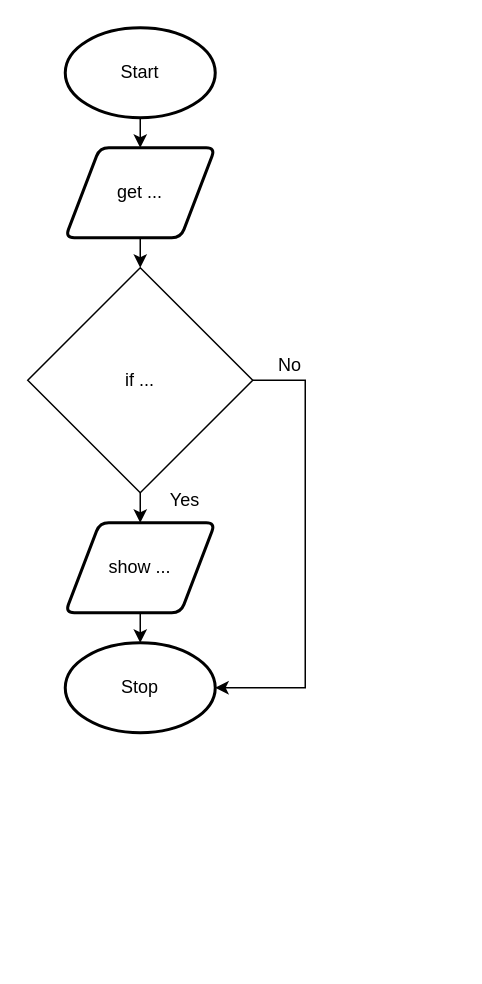
Aidan-Lalonde-Novales/ICS3U-Assignment3-Python keeps this draw.io diagram as drawio/flowchart/flowchart.drawio. Above is the earlier version. Source tidied: cells renumbered, new cells numbered last; positions are measured from the earlier drawing's top-left corner, leaving out a move shared by most shapes. Both pictures are drawn from the tidied source at 150%, with x=0, y=0 at pixel (27, 27).
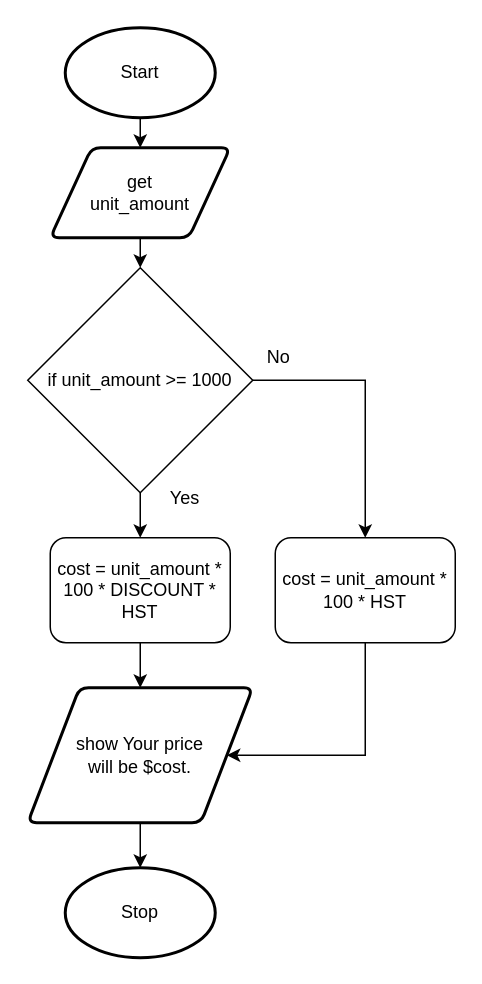
The same diagram, later.

Diff of the diagram source:
```diff
@@
-    <mxCell id="5" value="get ..." style="shape=parallelogram;html=1;strokeWidth=2;perimeter=parallelogramPerimeter;whiteSpace=wrap;rounded=1;arcSize=12;size=0.23;" parent="1" vertex="1">
-      <mxGeometry x="25" y="80" width="100" height="60" as="geometry" />
+    <mxCell id="5" value="get &lt;br&gt;unit_amount" style="shape=parallelogram;html=1;strokeWidth=2;perimeter=parallelogramPerimeter;whiteSpace=wrap;rounded=1;arcSize=12;size=0.23;" parent="1" vertex="1">
+      <mxGeometry x="15" y="80" width="120" height="60" as="geometry" />
     </mxCell>
@@
-    <mxCell id="7" value="show ..." style="shape=parallelogram;html=1;strokeWidth=2;perimeter=parallelogramPerimeter;whiteSpace=wrap;rounded=1;arcSize=12;size=0.23;" parent="1" vertex="1">
-      <mxGeometry x="25" y="330" width="100" height="60" as="geometry" />
+    <mxCell id="7" value="show Your price &lt;br&gt;will be $cost." style="shape=parallelogram;html=1;strokeWidth=2;perimeter=parallelogramPerimeter;whiteSpace=wrap;rounded=1;arcSize=12;size=0.23;" parent="1" vertex="1">
+      <mxGeometry y="440" width="150" height="90" as="geometry" />
     </mxCell>
     <mxCell id="8" value="Stop" style="strokeWidth=2;html=1;shape=mxgraph.flowchart.start_1;whiteSpace=wrap;" parent="1" vertex="1">
-      <mxGeometry x="25" y="410" width="100" height="60" as="geometry" />
+      <mxGeometry x="25" y="560" width="100" height="60" as="geometry" />
     </mxCell>
-    <mxCell id="9" style="edgeStyle=none;html=1;exitX=0.5;exitY=1;exitDx=0;exitDy=0;entryX=0.5;entryY=0;entryDx=0;entryDy=0;" parent="1" edge="1" source="11" target="7">
-      <mxGeometry relative="1" as="geometry" />
-    </mxCell>
-    <mxCell id="10" style="edgeStyle=none;html=1;exitX=1;exitY=0.5;exitDx=0;exitDy=0;entryX=1;entryY=0.5;entryDx=0;entryDy=0;entryPerimeter=0;rounded=0;" parent="1" edge="1" source="11" target="8">
-      <mxGeometry relative="1" as="geometry">
-        <Array as="points">
-          <mxPoint x="185" y="235" />
-          <mxPoint x="185" y="440" />
-        </Array>
-      </mxGeometry>
-    </mxCell>
+    <mxCell id="14" style="edgeStyle=none;rounded=0;html=1;exitX=0.5;exitY=1;exitDx=0;exitDy=0;entryX=0.5;entryY=0;entryDx=0;entryDy=0;" parent="1" edge="1" source="11" target="17">
+      <mxGeometry relative="1" as="geometry" />
+    </mxCell>
+    <mxCell id="15" style="edgeStyle=none;rounded=0;html=1;exitX=1;exitY=0.5;exitDx=0;exitDy=0;entryX=0.5;entryY=0;entryDx=0;entryDy=0;" parent="1" edge="1" source="11" target="19">
+      <mxGeometry relative="1" as="geometry">
+        <Array as="points">
+          <mxPoint x="225" y="235" />
+        </Array>
+      </mxGeometry>
+    </mxCell>
-    <mxCell id="11" value="if ..." style="rhombus;whiteSpace=wrap;html=1;" parent="1" vertex="1">
+    <mxCell id="11" value="if unit_amount &amp;gt;= 1000" style="rhombus;whiteSpace=wrap;html=1;" parent="1" vertex="1">
       <mxGeometry y="160" width="150" height="150" as="geometry" />
     </mxCell>
     <mxCell id="12" value="Yes" style="text;html=1;strokeColor=none;fillColor=none;align=center;verticalAlign=middle;whiteSpace=wrap;rounded=0;" parent="1" vertex="1">
-      <mxGeometry x="75" y="300" width="60" height="30" as="geometry" />
+      <mxGeometry x="85" y="304" width="40" height="20" as="geometry" />
     </mxCell>
     <mxCell id="13" value="No" style="text;html=1;strokeColor=none;fillColor=none;align=center;verticalAlign=middle;whiteSpace=wrap;rounded=0;" parent="1" vertex="1">
-      <mxGeometry x="145" y="210" width="60" height="30" as="geometry" />
+      <mxGeometry x="150" y="210" width="35" height="20" as="geometry" />
     </mxCell>
+    <mxCell id="16" style="edgeStyle=none;rounded=0;html=1;exitX=0.5;exitY=1;exitDx=0;exitDy=0;entryX=0.5;entryY=0;entryDx=0;entryDy=0;" parent="1" edge="1" source="17" target="7">
+      <mxGeometry relative="1" as="geometry" />
+    </mxCell>
+    <mxCell id="17" value="cost = unit_amount * 100 * DISCOUNT *&lt;br&gt;HST" style="rounded=1;whiteSpace=wrap;html=1;" parent="1" vertex="1">
+      <mxGeometry x="15" y="340" width="120" height="70" as="geometry" />
+    </mxCell>
+    <mxCell id="18" style="edgeStyle=none;rounded=0;html=1;exitX=0.5;exitY=1;exitDx=0;exitDy=0;entryX=1;entryY=0.5;entryDx=0;entryDy=0;" parent="1" edge="1" source="19" target="7">
+      <mxGeometry relative="1" as="geometry">
+        <Array as="points">
+          <mxPoint x="225" y="485" />
+        </Array>
+      </mxGeometry>
+    </mxCell>
+    <mxCell id="19" value="cost = unit_amount * 100 * HST" style="rounded=1;whiteSpace=wrap;html=1;" parent="1" vertex="1">
+      <mxGeometry x="165" y="340" width="120" height="70" as="geometry" />
+    </mxCell>
```
